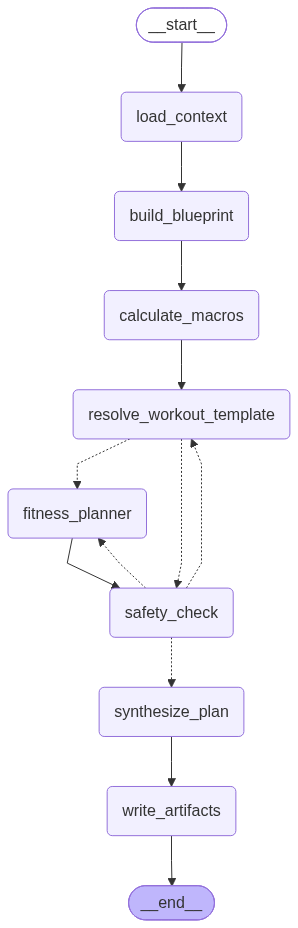
hoanhoang-agilityio/Assistant-Learning keeps this Mermaid diagram as src/docs/diagrams/fitness.png. Above is the earlier version. Its source is kept beside it as src/docs/diagrams/fitness.mmd.
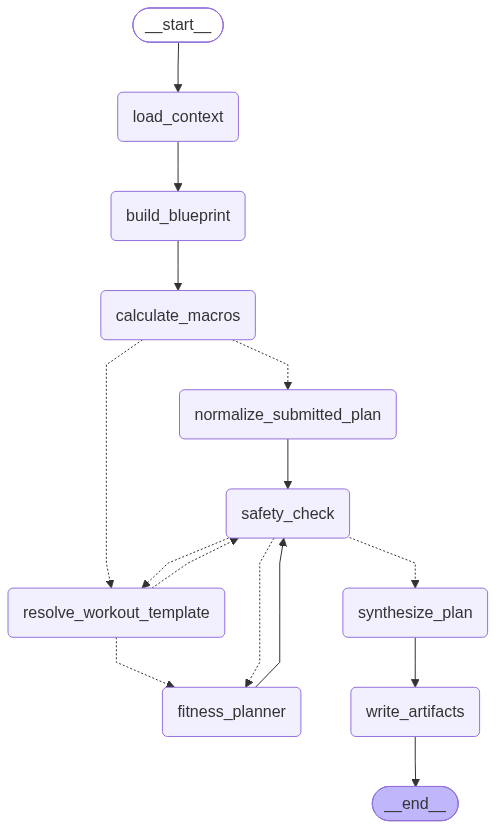
Above is the later version.

Commit message:
feat: fitness evaluate mode and fitness_mode-driven edit selection

What changed in the source:
```diff
@@ -9,6 +9,7 @@
 	build_blueprint(build_blueprint)
 	calculate_macros(calculate_macros)
 	resolve_workout_template(resolve_workout_template)
+	normalize_submitted_plan(normalize_submitted_plan)
 	fitness_planner(fitness_planner)
 	safety_check(safety_check)
 	synthesize_plan(synthesize_plan)
@@ -16,9 +17,11 @@
 	__end__([<p>__end__</p>]):::last
 	__start__ --> load_context;
 	build_blueprint --> calculate_macros;
-	calculate_macros --> resolve_workout_template;
+	calculate_macros -.-> normalize_submitted_plan;
+	calculate_macros -.-> resolve_workout_template;
 	fitness_planner --> safety_check;
 	load_context --> build_blueprint;
+	normalize_submitted_plan --> safety_check;
 	resolve_workout_template -.-> fitness_planner;
 	resolve_workout_template -.-> safety_check;
 	safety_check -.-> fitness_planner;
```
